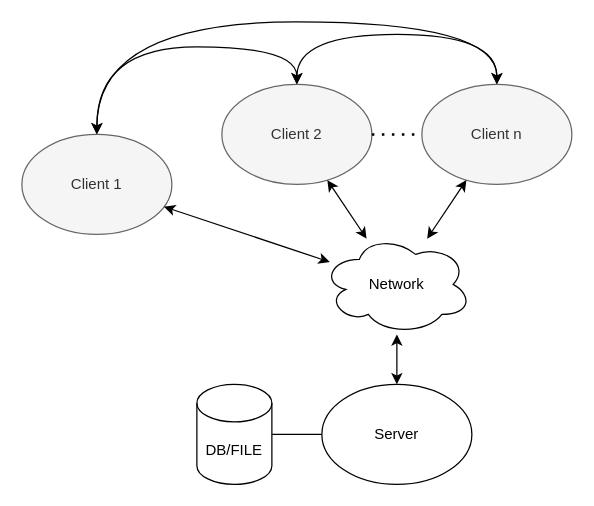
The draw.io diagram Project3/High Level Overview.drawio in PatrickMcDougle/CSE681, before the edit. Source tidied: cells renumbered, new cells numbered last; positions are measured from the earlier drawing's top-left corner, leaving out a move shared by most shapes. Both pictures are drawn from the tidied source at 125%, with x=0, y=0 at pixel (21, 21).
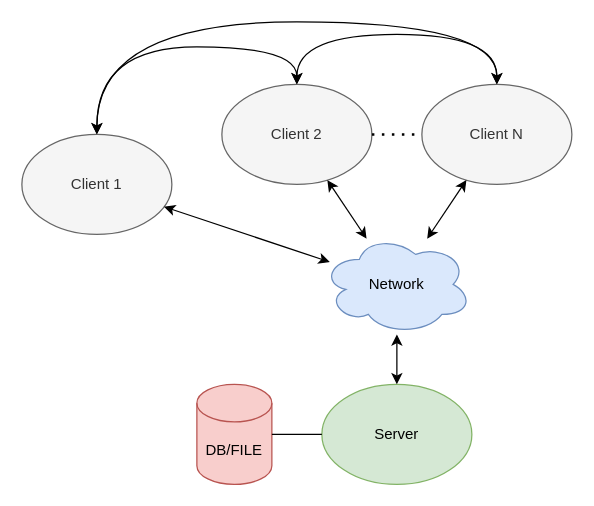
The same page after the edit.

Diff of the diagram source:
```diff
@@
-    <mxCell id="2" value="Network" style="ellipse;shape=cloud;whiteSpace=wrap;html=1;" parent="1" vertex="1">
+    <mxCell id="2" value="Network" style="ellipse;shape=cloud;whiteSpace=wrap;html=1;fillColor=#dae8fc;strokeColor=#6c8ebf;" parent="1" vertex="1">
       <mxGeometry x="240" y="170" width="120" height="80" as="geometry" />
     </mxCell>
-    <mxCell id="3" value="Server" style="ellipse;whiteSpace=wrap;html=1;" parent="1" vertex="1">
+    <mxCell id="3" value="Server" style="ellipse;whiteSpace=wrap;html=1;fillColor=#d5e8d4;strokeColor=#82b366;" parent="1" vertex="1">
       <mxGeometry x="240" y="290" width="120" height="80" as="geometry" />
     </mxCell>
-    <mxCell id="4" value="DB/FILE" style="shape=cylinder3;whiteSpace=wrap;html=1;boundedLbl=1;backgroundOutline=1;size=15;" parent="1" vertex="1">
+    <mxCell id="4" value="DB/FILE" style="shape=cylinder3;whiteSpace=wrap;html=1;boundedLbl=1;backgroundOutline=1;size=15;fillColor=#f8cecc;strokeColor=#b85450;" parent="1" vertex="1">
       <mxGeometry x="140" y="290" width="60" height="80" as="geometry" />
     </mxCell>
@@
-    <mxCell id="7" value="Client n" style="ellipse;whiteSpace=wrap;html=1;fillColor=#f5f5f5;fontColor=#333333;strokeColor=#666666;" parent="1" vertex="1">
+    <mxCell id="7" value="Client N" style="ellipse;whiteSpace=wrap;html=1;fillColor=#f5f5f5;fontColor=#333333;strokeColor=#666666;" parent="1" vertex="1">
       <mxGeometry x="320" y="50" width="120" height="80" as="geometry" />
     </mxCell>
```
